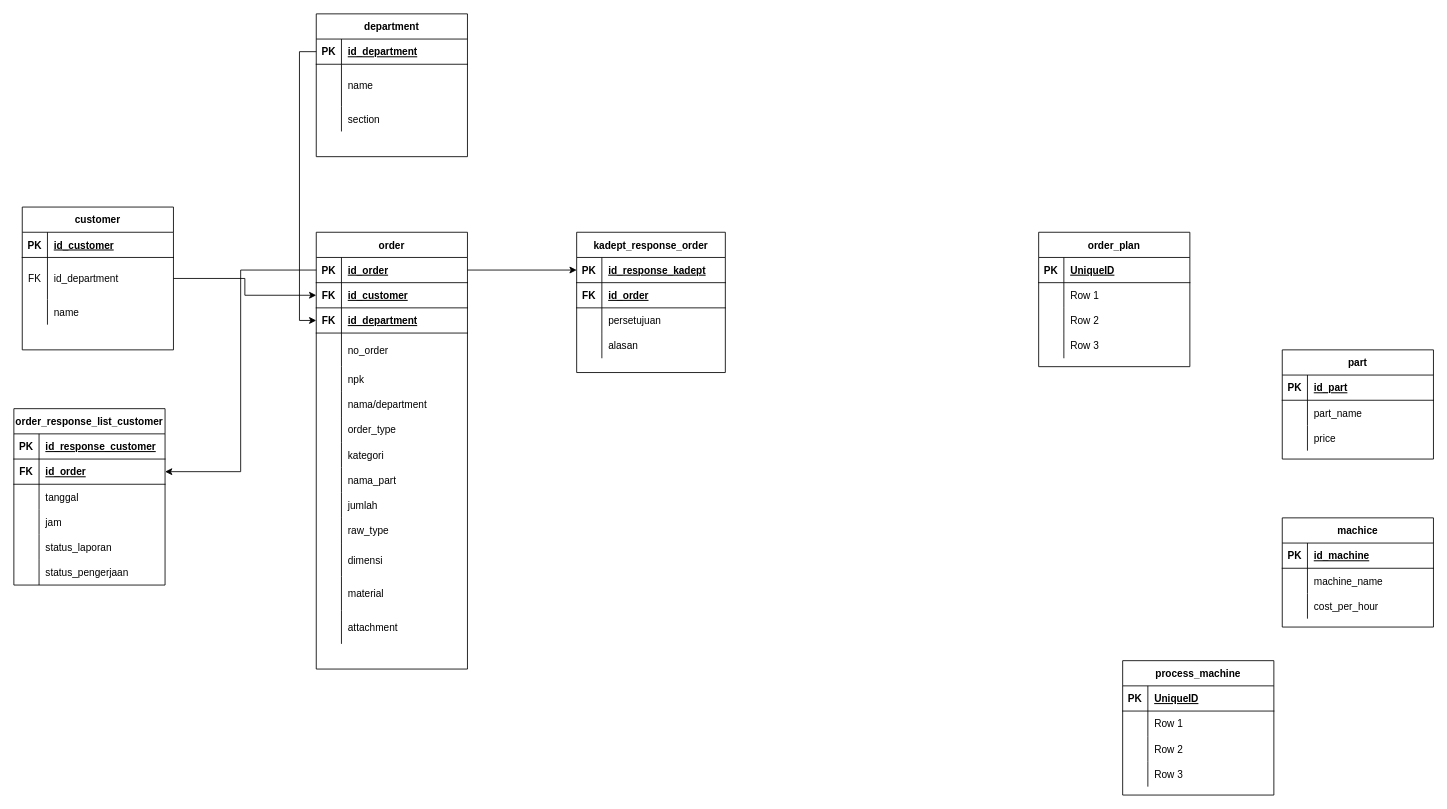
ariefriski/digitalisasi-form-workshop keeps this draw.io diagram as page "DB Relation" (2 of 2) of Digitalisasi Workshop.drawio. Above is the earlier version. Source tidied: cells renumbered, new cells numbered last; positions are measured from the earlier drawing's top-left corner, leaving out a move shared by most shapes. Both pictures are drawn from the tidied source at 84%, with x=0, y=0 at pixel (13, 13).
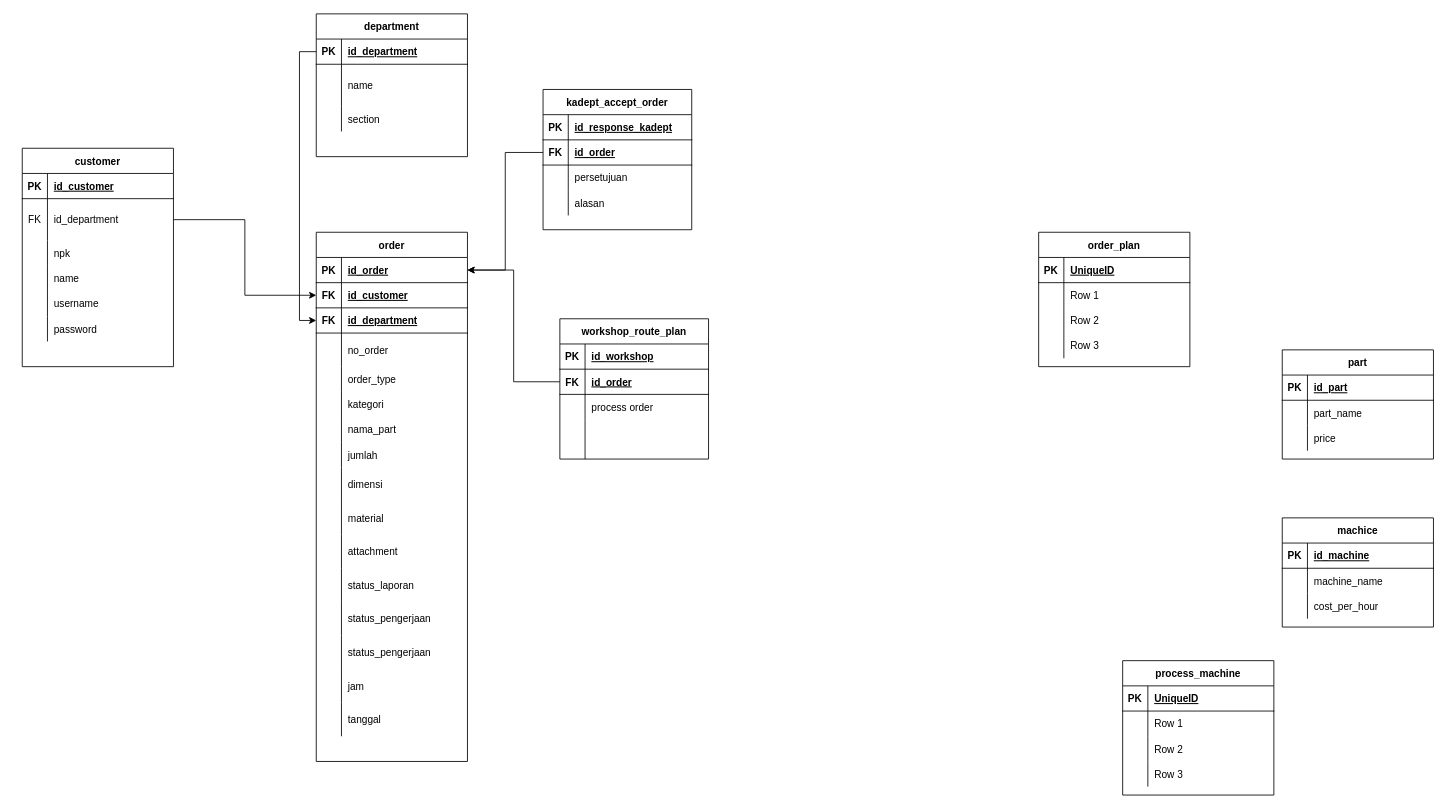
Above is the later version.

Unchanged cells that the change refers to:
```xml
<mxCell id="3" style="shape=tableRow;horizontal=0;startSize=0;swimlaneHead=0;swimlaneBody=0;fillColor=none;points=[[0,0.5],[1,0.5]];portConstraint=eastwest;top=0;left=0;right=0;bottom=1;" parent="2" vertex="1">
  <mxGeometry y="30" width="180" height="30" as="geometry" />
</mxCell>
<mxCell id="65" style="shape=tableRow;horizontal=0;startSize=0;swimlaneHead=0;swimlaneBody=0;fillColor=none;points=[[0,0.5],[1,0.5]];portConstraint=eastwest;top=0;left=0;right=0;bottom=1;" parent="64" vertex="1">
  <mxGeometry y="30" width="177" height="30" as="geometry" />
</mxCell>
<mxCell id="68" style="shape=tableRow;horizontal=0;startSize=0;swimlaneHead=0;swimlaneBody=0;fillColor=none;points=[[0,0.5],[1,0.5]];portConstraint=eastwest;top=0;left=0;right=0;bottom=1;" parent="64" vertex="1">
  <mxGeometry y="60" width="177" height="30" as="geometry" />
</mxCell>
<mxCell id="130" style="shape=tableRow;horizontal=0;startSize=0;swimlaneHead=0;swimlaneBody=0;fillColor=none;top=0;left=0;right=0;bottom=0;" parent="123" vertex="1">
  <mxGeometry y="110" width="180" height="30" as="geometry" />
</mxCell>
```

Change to the diagram source:
```diff
@@
     <mxCell id="2" value="order" style="shape=table;startSize=30;childLayout=tableLayout;rowLines=0;fontStyle=1;align=center;" parent="1" vertex="1">
-      <mxGeometry x="360" y="260" width="180" height="520" as="geometry" />
+      <mxGeometry x="360" y="260" width="180" height="630" as="geometry" />
     </mxCell>
@@
-    <mxCell id="15" style="shape=tableRow;horizontal=0;startSize=0;swimlaneHead=0;swimlaneBody=0;fillColor=none;top=0;left=0;right=0;bottom=0;" parent="2" vertex="1">
-      <mxGeometry y="160" width="180" height="30" as="geometry" />
-    </mxCell>
-    <mxCell id="16" style="shape=partialRectangle;fillColor=none;top=0;left=0;bottom=0;right=0;overflow=hidden;" parent="15" vertex="1">
-      <mxGeometry width="30" height="30" as="geometry" />
-    </mxCell>
-    <mxCell id="17" value="npk" style="shape=partialRectangle;fillColor=none;top=0;left=0;bottom=0;right=0;align=left;spacingLeft=6;overflow=hidden;" parent="15" vertex="1">
-      <mxGeometry x="30" width="150" height="30" as="geometry" />
-    </mxCell>
-    <mxCell id="18" style="shape=tableRow;horizontal=0;startSize=0;swimlaneHead=0;swimlaneBody=0;fillColor=none;top=0;left=0;right=0;bottom=0;" parent="2" vertex="1">
-      <mxGeometry y="190" width="180" height="30" as="geometry" />
-    </mxCell>
-    <mxCell id="19" style="shape=partialRectangle;fillColor=none;top=0;left=0;bottom=0;right=0;overflow=hidden;" parent="18" vertex="1">
-      <mxGeometry width="30" height="30" as="geometry" />
-    </mxCell>
-    <mxCell id="20" value="nama/department" style="shape=partialRectangle;fillColor=none;top=0;left=0;bottom=0;right=0;align=left;spacingLeft=6;overflow=hidden;" parent="18" vertex="1">
-      <mxGeometry x="30" width="150" height="30" as="geometry" />
-    </mxCell>
     <mxCell id="21" style="shape=tableRow;horizontal=0;startSize=0;swimlaneHead=0;swimlaneBody=0;fillColor=none;top=0;left=0;right=0;bottom=0;" parent="2" vertex="1">
-      <mxGeometry y="220" width="180" height="30" as="geometry" />
+      <mxGeometry y="160" width="180" height="30" as="geometry" />
     </mxCell>
@@
     <mxCell id="24" style="shape=tableRow;horizontal=0;startSize=0;swimlaneHead=0;swimlaneBody=0;fillColor=none;top=0;left=0;right=0;bottom=0;" parent="2" vertex="1">
-      <mxGeometry y="250" width="180" height="30" as="geometry" />
+      <mxGeometry y="190" width="180" height="30" as="geometry" />
     </mxCell>
@@
     <mxCell id="27" style="shape=tableRow;horizontal=0;startSize=0;swimlaneHead=0;swimlaneBody=0;fillColor=none;top=0;left=0;right=0;bottom=0;" parent="2" vertex="1">
-      <mxGeometry y="280" width="180" height="30" as="geometry" />
+      <mxGeometry y="220" width="180" height="30" as="geometry" />
     </mxCell>
@@
     <mxCell id="30" style="shape=tableRow;horizontal=0;startSize=0;swimlaneHead=0;swimlaneBody=0;fillColor=none;top=0;left=0;right=0;bottom=0;" parent="2" vertex="1">
-      <mxGeometry y="310" width="180" height="30" as="geometry" />
+      <mxGeometry y="250" width="180" height="30" as="geometry" />
     </mxCell>
@@
-    <mxCell id="33" style="shape=tableRow;horizontal=0;startSize=0;swimlaneHead=0;swimlaneBody=0;fillColor=none;top=0;left=0;right=0;bottom=0;" parent="2" vertex="1">
-      <mxGeometry y="340" width="180" height="30" as="geometry" />
-    </mxCell>
-    <mxCell id="34" style="shape=partialRectangle;fillColor=none;top=0;left=0;bottom=0;right=0;overflow=hidden;" parent="33" vertex="1">
-      <mxGeometry width="30" height="30" as="geometry" />
-    </mxCell>
-    <mxCell id="35" value="raw_type" style="shape=partialRectangle;fillColor=none;top=0;left=0;bottom=0;right=0;align=left;spacingLeft=6;overflow=hidden;" parent="33" vertex="1">
-      <mxGeometry x="30" width="150" height="30" as="geometry" />
-    </mxCell>
     <mxCell id="36" style="shape=tableRow;horizontal=0;startSize=0;swimlaneHead=0;swimlaneBody=0;fillColor=none;top=0;left=0;right=0;bottom=0;" parent="2" vertex="1">
-      <mxGeometry y="370" width="180" height="40" as="geometry" />
+      <mxGeometry y="280" width="180" height="40" as="geometry" />
     </mxCell>
@@
     <mxCell id="39" style="shape=tableRow;horizontal=0;startSize=0;swimlaneHead=0;swimlaneBody=0;fillColor=none;top=0;left=0;right=0;bottom=0;" parent="2" vertex="1">
-      <mxGeometry y="410" width="180" height="40" as="geometry" />
+      <mxGeometry y="320" width="180" height="40" as="geometry" />
     </mxCell>
@@
     <mxCell id="42" style="shape=tableRow;horizontal=0;startSize=0;swimlaneHead=0;swimlaneBody=0;fillColor=none;top=0;left=0;right=0;bottom=0;" parent="2" vertex="1">
-      <mxGeometry y="450" width="180" height="40" as="geometry" />
+      <mxGeometry y="360" width="180" height="40" as="geometry" />
     </mxCell>
@@
-    <mxCell id="45" value="order_response_list_customer" style="shape=table;startSize=30;childLayout=tableLayout;rowLines=0;fontStyle=1;align=center;" parent="1" vertex="1">
-      <mxGeometry y="470" width="180" height="210" as="geometry" />
-    </mxCell>
-    <mxCell id="46" style="shape=tableRow;horizontal=0;startSize=0;swimlaneHead=0;swimlaneBody=0;fillColor=none;top=0;left=0;right=0;bottom=1;" parent="45" vertex="1">
-      <mxGeometry y="30" width="180" height="30" as="geometry" />
-    </mxCell>
-    <mxCell id="47" value="PK" style="shape=partialRectangle;fillColor=none;top=0;left=0;bottom=0;right=0;fontStyle=1;overflow=hidden;" parent="46" vertex="1">
-      <mxGeometry width="30" height="30" as="geometry" />
-    </mxCell>
-    <mxCell id="48" value="id_response_customer" style="shape=partialRectangle;fillColor=none;top=0;left=0;bottom=0;right=0;align=left;spacingLeft=6;fontStyle=5;overflow=hidden;" parent="46" vertex="1">
-      <mxGeometry x="30" width="150" height="30" as="geometry" />
-    </mxCell>
-    <mxCell id="49" style="shape=tableRow;horizontal=0;startSize=0;swimlaneHead=0;swimlaneBody=0;fillColor=none;points=[[0,0.5],[1,0.5]];portConstraint=eastwest;top=0;left=0;right=0;bottom=1;" parent="45" vertex="1">
-      <mxGeometry y="60" width="180" height="30" as="geometry" />
-    </mxCell>
-    <mxCell id="50" value="FK" style="shape=partialRectangle;fillColor=none;top=0;left=0;bottom=0;right=0;fontStyle=1;overflow=hidden;" parent="49" vertex="1">
-      <mxGeometry width="30" height="30" as="geometry" />
-    </mxCell>
-    <mxCell id="51" value="id_order" style="shape=partialRectangle;fillColor=none;top=0;left=0;bottom=0;right=0;align=left;spacingLeft=6;fontStyle=5;overflow=hidden;" parent="49" vertex="1">
-      <mxGeometry x="30" width="150" height="30" as="geometry" />
-    </mxCell>
-    <mxCell id="52" style="shape=tableRow;horizontal=0;startSize=0;swimlaneHead=0;swimlaneBody=0;fillColor=none;top=0;left=0;right=0;bottom=0;" parent="45" vertex="1">
-      <mxGeometry y="90" width="180" height="30" as="geometry" />
-    </mxCell>
-    <mxCell id="53" style="shape=partialRectangle;fillColor=none;top=0;left=0;bottom=0;right=0;overflow=hidden;" parent="52" vertex="1">
-      <mxGeometry width="30" height="30" as="geometry" />
-    </mxCell>
+    <mxCell id="147" style="shape=tableRow;horizontal=0;startSize=0;swimlaneHead=0;swimlaneBody=0;fillColor=none;top=0;left=0;right=0;bottom=0;" parent="2" vertex="1">
+      <mxGeometry y="400" width="180" height="40" as="geometry" />
+    </mxCell>
+    <mxCell id="148" style="shape=partialRectangle;fillColor=none;top=0;left=0;bottom=0;right=0;overflow=hidden;" parent="147" vertex="1">
+      <mxGeometry width="30" height="40" as="geometry" />
+    </mxCell>
+    <mxCell id="60" value="status_laporan" style="shape=partialRectangle;fillColor=none;top=0;left=0;bottom=0;right=0;align=left;spacingLeft=6;overflow=hidden;" parent="147" vertex="1">
+      <mxGeometry x="30" width="150" height="40" as="geometry" />
+    </mxCell>
+    <mxCell id="149" style="shape=tableRow;horizontal=0;startSize=0;swimlaneHead=0;swimlaneBody=0;fillColor=none;top=0;left=0;right=0;bottom=0;" parent="2" vertex="1">
+      <mxGeometry y="440" width="180" height="40" as="geometry" />
+    </mxCell>
+    <mxCell id="150" style="shape=partialRectangle;fillColor=none;top=0;left=0;bottom=0;right=0;overflow=hidden;" parent="149" vertex="1">
+      <mxGeometry width="30" height="40" as="geometry" />
+    </mxCell>
+    <mxCell id="151" value="status_pengerjaan" style="shape=partialRectangle;fillColor=none;top=0;left=0;bottom=0;right=0;align=left;spacingLeft=6;overflow=hidden;" parent="149" vertex="1">
+      <mxGeometry x="30" width="150" height="40" as="geometry" />
+    </mxCell>
+    <mxCell id="152" style="shape=tableRow;horizontal=0;startSize=0;swimlaneHead=0;swimlaneBody=0;fillColor=none;top=0;left=0;right=0;bottom=0;" parent="2" vertex="1">
+      <mxGeometry y="480" width="180" height="40" as="geometry" />
+    </mxCell>
+    <mxCell id="153" style="shape=partialRectangle;fillColor=none;top=0;left=0;bottom=0;right=0;overflow=hidden;" parent="152" vertex="1">
+      <mxGeometry width="30" height="40" as="geometry" />
+    </mxCell>
+    <mxCell id="154" value="status_pengerjaan" style="shape=partialRectangle;fillColor=none;top=0;left=0;bottom=0;right=0;align=left;spacingLeft=6;overflow=hidden;" parent="152" vertex="1">
+      <mxGeometry x="30" width="150" height="40" as="geometry" />
+    </mxCell>
+    <mxCell id="155" style="shape=tableRow;horizontal=0;startSize=0;swimlaneHead=0;swimlaneBody=0;fillColor=none;top=0;left=0;right=0;bottom=0;" parent="2" vertex="1">
+      <mxGeometry y="520" width="180" height="40" as="geometry" />
+    </mxCell>
+    <mxCell id="156" style="shape=partialRectangle;fillColor=none;top=0;left=0;bottom=0;right=0;overflow=hidden;" parent="155" vertex="1">
+      <mxGeometry width="30" height="40" as="geometry" />
+    </mxCell>
+    <mxCell id="57" value="jam" style="shape=partialRectangle;fillColor=none;top=0;left=0;bottom=0;right=0;align=left;spacingLeft=6;overflow=hidden;" parent="155" vertex="1">
+      <mxGeometry x="30" width="150" height="40" as="geometry" />
+    </mxCell>
+    <mxCell id="157" style="shape=tableRow;horizontal=0;startSize=0;swimlaneHead=0;swimlaneBody=0;fillColor=none;top=0;left=0;right=0;bottom=0;" parent="2" vertex="1">
+      <mxGeometry y="560" width="180" height="40" as="geometry" />
+    </mxCell>
+    <mxCell id="158" style="shape=partialRectangle;fillColor=none;top=0;left=0;bottom=0;right=0;overflow=hidden;" parent="157" vertex="1">
+      <mxGeometry width="30" height="40" as="geometry" />
+    </mxCell>
-    <mxCell id="54" value="tanggal" style="shape=partialRectangle;fillColor=none;top=0;left=0;bottom=0;right=0;align=left;spacingLeft=6;overflow=hidden;" parent="52" vertex="1">
-      <mxGeometry x="30" width="150" height="30" as="geometry" />
+    <mxCell id="54" value="tanggal" style="shape=partialRectangle;fillColor=none;top=0;left=0;bottom=0;right=0;align=left;spacingLeft=6;overflow=hidden;" parent="157" vertex="1">
+      <mxGeometry x="30" width="150" height="40" as="geometry" />
     </mxCell>
-    <mxCell id="55" style="shape=tableRow;horizontal=0;startSize=0;swimlaneHead=0;swimlaneBody=0;fillColor=none;top=0;left=0;right=0;bottom=0;" parent="45" vertex="1">
-      <mxGeometry y="120" width="180" height="30" as="geometry" />
-    </mxCell>
-    <mxCell id="56" style="shape=partialRectangle;fillColor=none;top=0;left=0;bottom=0;right=0;overflow=hidden;" parent="55" vertex="1">
-      <mxGeometry width="30" height="30" as="geometry" />
-    </mxCell>
-    <mxCell id="57" value="jam" style="shape=partialRectangle;fillColor=none;top=0;left=0;bottom=0;right=0;align=left;spacingLeft=6;overflow=hidden;" parent="55" vertex="1">
-      <mxGeometry x="30" width="150" height="30" as="geometry" />
-    </mxCell>
-    <mxCell id="58" style="shape=tableRow;horizontal=0;startSize=0;swimlaneHead=0;swimlaneBody=0;fillColor=none;top=0;left=0;right=0;bottom=0;" parent="45" vertex="1">
-      <mxGeometry y="150" width="180" height="30" as="geometry" />
-    </mxCell>
-    <mxCell id="59" style="shape=partialRectangle;fillColor=none;top=0;left=0;bottom=0;right=0;overflow=hidden;" parent="58" vertex="1">
-      <mxGeometry width="30" height="30" as="geometry" />
-    </mxCell>
-    <mxCell id="60" value="status_laporan" style="shape=partialRectangle;fillColor=none;top=0;left=0;bottom=0;right=0;align=left;spacingLeft=6;overflow=hidden;" parent="58" vertex="1">
-      <mxGeometry x="30" width="150" height="30" as="geometry" />
-    </mxCell>
-    <mxCell id="61" style="shape=tableRow;horizontal=0;startSize=0;swimlaneHead=0;swimlaneBody=0;fillColor=none;top=0;left=0;right=0;bottom=0;" parent="45" vertex="1">
-      <mxGeometry y="180" width="180" height="30" as="geometry" />
-    </mxCell>
-    <mxCell id="62" style="shape=partialRectangle;fillColor=none;top=0;left=0;bottom=0;right=0;overflow=hidden;" parent="61" vertex="1">
-      <mxGeometry width="30" height="30" as="geometry" />
-    </mxCell>
-    <mxCell id="63" value="status_pengerjaan" style="shape=partialRectangle;fillColor=none;top=0;left=0;bottom=0;right=0;align=left;spacingLeft=6;overflow=hidden;" parent="61" vertex="1">
-      <mxGeometry x="30" width="150" height="30" as="geometry" />
-    </mxCell>
-    <mxCell id="64" value="kadept_response_order" style="shape=table;startSize=30;childLayout=tableLayout;rowLines=0;fontStyle=1;align=center;" parent="1" vertex="1">
-      <mxGeometry x="670" y="260" width="177" height="167" as="geometry" />
+    <mxCell id="64" value="kadept_accept_order" style="shape=table;startSize=30;childLayout=tableLayout;rowLines=0;fontStyle=1;align=center;" parent="1" vertex="1">
+      <mxGeometry x="630" y="90" width="177" height="167" as="geometry" />
     </mxCell>
@@
     <mxCell id="123" value="customer" style="shape=table;startSize=30;childLayout=tableLayout;rowLines=0;fontStyle=1;align=center;" parent="1" vertex="1">
-      <mxGeometry x="10" y="230" width="180" height="170" as="geometry" />
+      <mxGeometry x="10" y="160" width="180" height="260" as="geometry" />
     </mxCell>
@@
-    <mxCell id="132" value="name" style="shape=partialRectangle;fillColor=none;top=0;left=0;bottom=0;right=0;align=left;spacingLeft=6;overflow=hidden;" parent="130" vertex="1">
+    <mxCell id="132" value="npk" style="shape=partialRectangle;fillColor=none;top=0;left=0;bottom=0;right=0;align=left;spacingLeft=6;overflow=hidden;" parent="130" vertex="1">
       <mxGeometry x="30" width="150" height="30" as="geometry" />
     </mxCell>
+    <mxCell id="159" style="shape=tableRow;horizontal=0;startSize=0;swimlaneHead=0;swimlaneBody=0;fillColor=none;top=0;left=0;right=0;bottom=0;" parent="123" vertex="1">
+      <mxGeometry y="140" width="180" height="30" as="geometry" />
+    </mxCell>
+    <mxCell id="160" style="shape=partialRectangle;fillColor=none;top=0;left=0;bottom=0;right=0;overflow=hidden;" parent="159" vertex="1">
+      <mxGeometry width="30" height="30" as="geometry" />
+    </mxCell>
+    <mxCell id="161" value="name" style="shape=partialRectangle;fillColor=none;top=0;left=0;bottom=0;right=0;align=left;spacingLeft=6;overflow=hidden;" parent="159" vertex="1">
+      <mxGeometry x="30" width="150" height="30" as="geometry" />
+    </mxCell>
+    <mxCell id="162" style="shape=tableRow;horizontal=0;startSize=0;swimlaneHead=0;swimlaneBody=0;fillColor=none;top=0;left=0;right=0;bottom=0;" parent="123" vertex="1">
+      <mxGeometry y="170" width="180" height="30" as="geometry" />
+    </mxCell>
+    <mxCell id="163" style="shape=partialRectangle;fillColor=none;top=0;left=0;bottom=0;right=0;overflow=hidden;" parent="162" vertex="1">
+      <mxGeometry width="30" height="30" as="geometry" />
+    </mxCell>
+    <mxCell id="164" value="username" style="shape=partialRectangle;fillColor=none;top=0;left=0;bottom=0;right=0;align=left;spacingLeft=6;overflow=hidden;" parent="162" vertex="1">
+      <mxGeometry x="30" width="150" height="30" as="geometry" />
+    </mxCell>
+    <mxCell id="165" style="shape=tableRow;horizontal=0;startSize=0;swimlaneHead=0;swimlaneBody=0;fillColor=none;top=0;left=0;right=0;bottom=0;" parent="123" vertex="1">
+      <mxGeometry y="200" width="180" height="30" as="geometry" />
+    </mxCell>
+    <mxCell id="166" style="shape=partialRectangle;fillColor=none;top=0;left=0;bottom=0;right=0;overflow=hidden;" parent="165" vertex="1">
+      <mxGeometry width="30" height="30" as="geometry" />
+    </mxCell>
+    <mxCell id="167" value="password" style="shape=partialRectangle;fillColor=none;top=0;left=0;bottom=0;right=0;align=left;spacingLeft=6;overflow=hidden;" parent="165" vertex="1">
+      <mxGeometry x="30" width="150" height="30" as="geometry" />
+    </mxCell>
@@
-    <mxCell id="134" style="edgeStyle=orthogonalEdgeStyle;rounded=0;jettySize=auto;html=1;exitX=1;exitY=0.5;exitDx=0;exitDy=0;" parent="1" edge="1" source="3" target="65">
-      <mxGeometry relative="1" as="geometry" />
-    </mxCell>
@@
-    <mxCell id="146" style="edgeStyle=orthogonalEdgeStyle;rounded=0;jettySize=auto;html=1;exitX=0;exitY=0.5;exitDx=0;exitDy=0;entryX=1;entryY=0.5;entryDx=0;entryDy=0;" parent="1" edge="1" source="3" target="49">
-      <mxGeometry relative="1" as="geometry" />
-    </mxCell>
+    <mxCell id="168" style="edgeStyle=orthogonalEdgeStyle;rounded=0;jettySize=auto;html=1;entryX=1;entryY=0.5;entryDx=0;entryDy=0;" parent="1" edge="1" source="68" target="3">
+      <mxGeometry relative="1" as="geometry" />
+    </mxCell>
+    <mxCell id="169" value="workshop_route_plan" style="shape=table;startSize=30;childLayout=tableLayout;rowLines=0;fontStyle=1;align=center;" parent="1" vertex="1">
+      <mxGeometry x="650" y="363" width="177" height="167" as="geometry" />
+    </mxCell>
+    <mxCell id="170" style="shape=tableRow;horizontal=0;startSize=0;swimlaneHead=0;swimlaneBody=0;fillColor=none;top=0;left=0;right=0;bottom=1;" parent="169" vertex="1">
+      <mxGeometry y="30" width="177" height="30" as="geometry" />
+    </mxCell>
+    <mxCell id="47" value="PK" style="shape=partialRectangle;fillColor=none;top=0;left=0;bottom=0;right=0;fontStyle=1;overflow=hidden;" parent="170" vertex="1">
+      <mxGeometry width="30" height="30" as="geometry" />
+    </mxCell>
+    <mxCell id="171" value="id_workshop" style="shape=partialRectangle;fillColor=none;top=0;left=0;bottom=0;right=0;align=left;spacingLeft=6;fontStyle=5;overflow=hidden;" parent="170" vertex="1">
+      <mxGeometry x="30" width="147" height="30" as="geometry" />
+    </mxCell>
+    <mxCell id="172" style="shape=tableRow;horizontal=0;startSize=0;swimlaneHead=0;swimlaneBody=0;fillColor=none;points=[[0,0.5],[1,0.5]];portConstraint=eastwest;top=0;left=0;right=0;bottom=1;" parent="169" vertex="1">
+      <mxGeometry y="60" width="177" height="30" as="geometry" />
+    </mxCell>
+    <mxCell id="50" value="FK" style="shape=partialRectangle;fillColor=none;top=0;left=0;bottom=0;right=0;fontStyle=1;overflow=hidden;" parent="172" vertex="1">
+      <mxGeometry width="30" height="30" as="geometry" />
+    </mxCell>
+    <mxCell id="51" value="id_order" style="shape=partialRectangle;fillColor=none;top=0;left=0;bottom=0;right=0;align=left;spacingLeft=6;fontStyle=5;overflow=hidden;" parent="172" vertex="1">
+      <mxGeometry x="30" width="147" height="30" as="geometry" />
+    </mxCell>
+    <mxCell id="173" style="shape=tableRow;horizontal=0;startSize=0;swimlaneHead=0;swimlaneBody=0;fillColor=none;top=0;left=0;right=0;bottom=0;" parent="169" vertex="1">
+      <mxGeometry y="90" width="177" height="30" as="geometry" />
+    </mxCell>
+    <mxCell id="174" style="shape=partialRectangle;fillColor=none;top=0;left=0;bottom=0;right=0;overflow=hidden;" parent="173" vertex="1">
+      <mxGeometry width="30" height="30" as="geometry" />
+    </mxCell>
+    <mxCell id="175" value="process order" style="shape=partialRectangle;fillColor=none;top=0;left=0;bottom=0;right=0;align=left;spacingLeft=6;overflow=hidden;" parent="173" vertex="1">
+      <mxGeometry x="30" width="147" height="30" as="geometry" />
+    </mxCell>
+    <mxCell id="176" style="shape=tableRow;horizontal=0;startSize=0;swimlaneHead=0;swimlaneBody=0;fillColor=none;top=0;left=0;right=0;bottom=0;" parent="169" vertex="1">
+      <mxGeometry y="120" width="177" height="47" as="geometry" />
+    </mxCell>
+    <mxCell id="177" style="shape=partialRectangle;fillColor=none;top=0;left=0;bottom=0;right=0;overflow=hidden;" parent="176" vertex="1">
+      <mxGeometry width="30" height="47" as="geometry" />
+    </mxCell>
+    <mxCell id="178" style="shape=partialRectangle;fillColor=none;top=0;left=0;bottom=0;right=0;align=left;spacingLeft=6;overflow=hidden;" parent="176" vertex="1">
+      <mxGeometry x="30" width="147" height="47" as="geometry" />
+    </mxCell>
+    <mxCell id="179" style="edgeStyle=orthogonalEdgeStyle;rounded=0;jettySize=auto;html=1;entryX=1;entryY=0.5;entryDx=0;entryDy=0;" parent="1" edge="1" source="172" target="3">
+      <mxGeometry relative="1" as="geometry" />
+    </mxCell>
```
